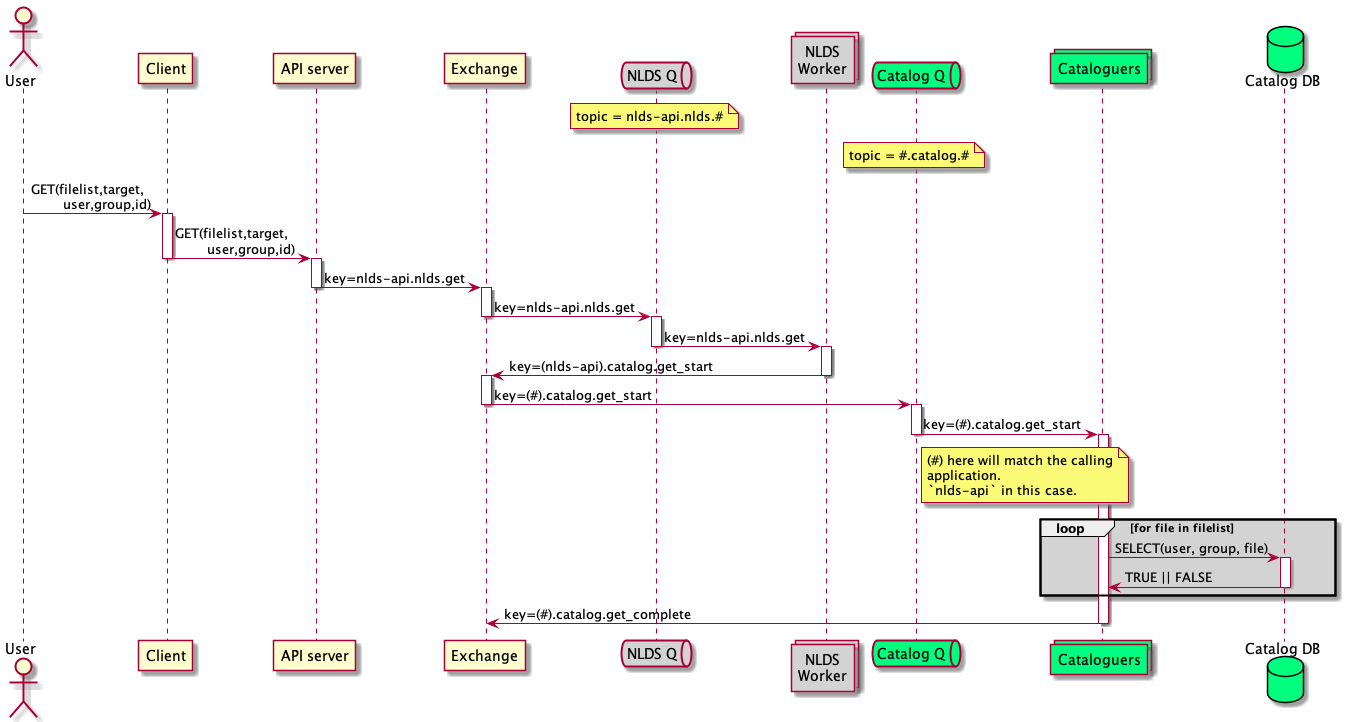
The PlantUML diagram docs/spec/uml/message_flow_get1.png in cedadev/nlds, before a commit.
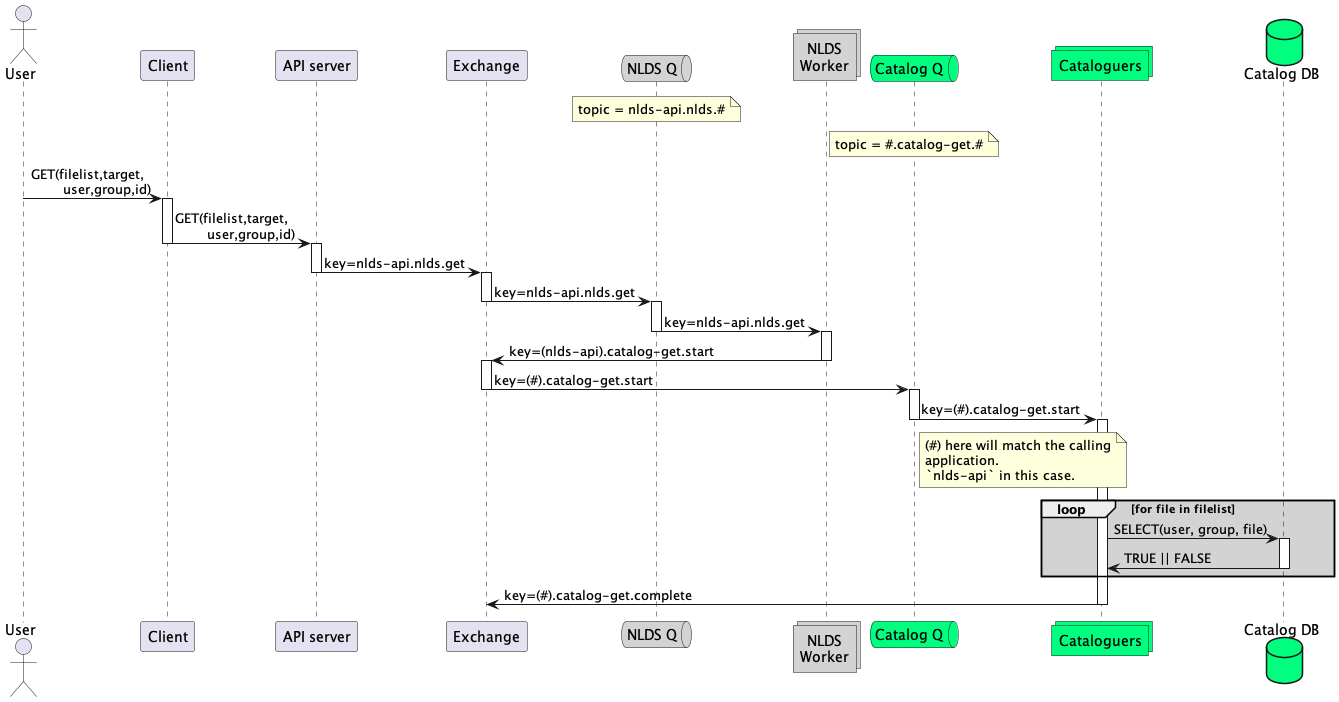
The same file after the commit.

Change to the diagram source:
```diff
@@ -12,10 +12,10 @@
 collections work as "NLDS\nWorker" #lightgrey
 
 queue qc as "Catalog Q" #springgreen
-collections catalog as "Cataloguers" #springgreen
+collections catalog_get as "Cataloguers" #springgreen
 database catalog_db as "Catalog DB" #springgreen
 note over qc
-    topic = #.catalog.#
+    topic = #.catalog-get.#
 end note
 
 user -> client : GET(filelist,target,\n\tuser,group,id)
@@ -37,29 +37,29 @@
 deactivate qw
 
 activate work
-work -> wex : key=(nlds-api).catalog.get_start
+work -> wex : key=(nlds-api).catalog-get.start
 deactivate work
 
 activate wex
-wex -> qc : key=(#).catalog.get_start
+wex -> qc : key=(#).catalog-get.start
 deactivate wex
 
 activate qc
-qc -> catalog : key=(#).catalog.get_start
+qc -> catalog_get : key=(#).catalog-get.start
 deactivate qc
 note right of qc
     (#) here will match the calling
     application.
     `nlds-api` in this case.
 end note
-activate catalog
+activate catalog_get
 loop #lightgrey for file in filelist
-    catalog -> catalog_db : SELECT(user, group, file)
+    catalog_get -> catalog_db : SELECT(user, group, file)
     activate catalog_db
-    catalog_db -> catalog : TRUE || FALSE
+    catalog_db -> catalog_get : TRUE || FALSE
     deactivate catalog_db
 end
-catalog -> wex : key=(#).catalog.get_complete
-deactivate catalog
+catalog_get -> wex : key=(#).catalog-get.complete
+deactivate catalog_get
 
 @enduml
```
